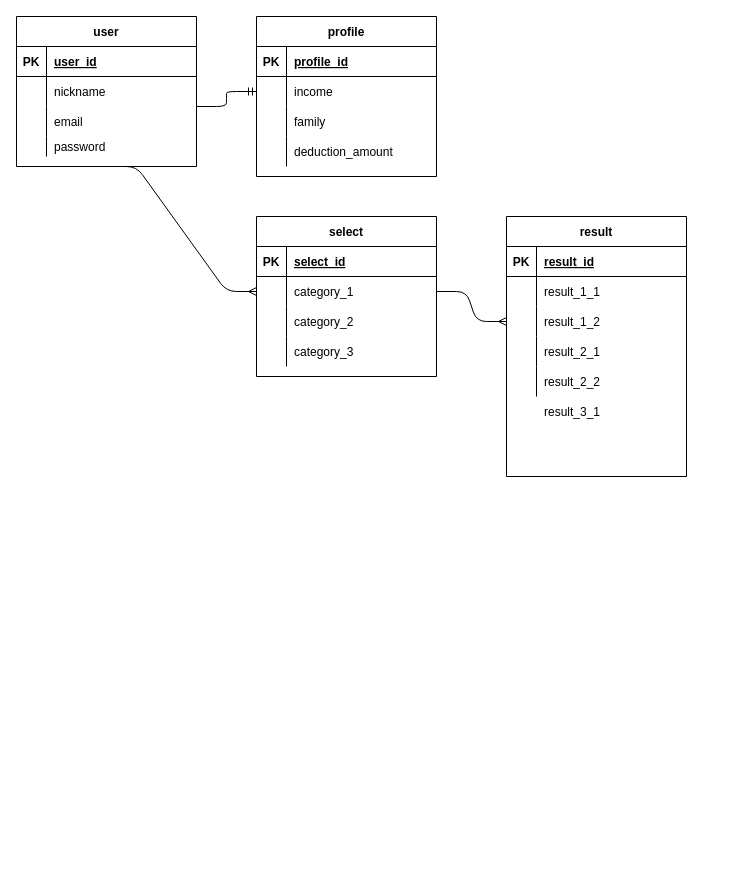
Earlier version of the draw.io diagram Untitled Diagram.drawio (kojikoji00/furusele-app). Source tidied: cells renumbered, new cells numbered last; positions are measured from the earlier drawing's top-left corner, leaving out a move shared by most shapes. Both pictures are drawn from the tidied source at 100%, with x=0, y=0 at pixel (16, 16).
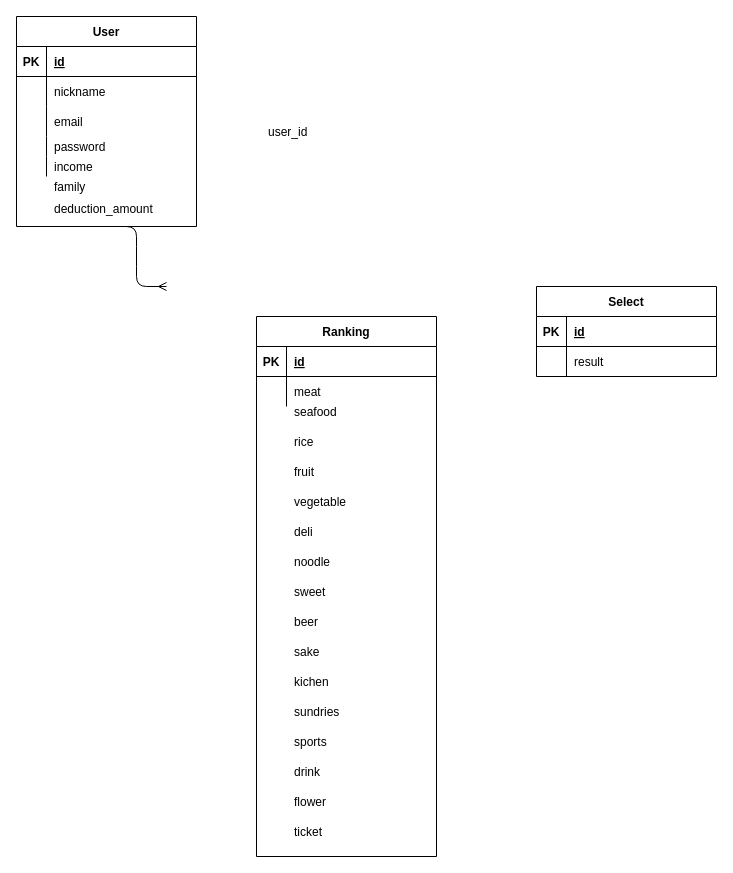
After the change.

Unchanged cells that the change refers to:
```xml
<mxCell id="3" style="shape=partialRectangle;fillColor=none;top=0;left=0;bottom=1;right=0;" parent="2" vertex="1">
  <mxGeometry y="30" width="180" height="30" as="geometry" />
</mxCell>
<mxCell id="29" style="shape=partialRectangle;fillColor=none;top=0;left=0;bottom=1;right=0;" parent="28" vertex="1">
  <mxGeometry y="30" width="180" height="30" as="geometry" />
</mxCell>
<mxCell id="32" style="shape=partialRectangle;fillColor=none;top=0;left=0;bottom=0;right=0;points=[[0,0.5],[1,0.5]];portConstraint=eastwest;" parent="28" vertex="1">
  <mxGeometry y="60" width="180" height="30" as="geometry" />
</mxCell>
<mxCell id="42" style="shape=partialRectangle;fillColor=none;top=0;left=0;bottom=1;right=0;" parent="41" vertex="1">
  <mxGeometry y="30" width="180" height="30" as="geometry" />
</mxCell>
<mxCell id="45" style="shape=partialRectangle;fillColor=none;top=0;left=0;bottom=0;right=0;" parent="41" vertex="1">
  <mxGeometry y="60" width="180" height="30" as="geometry" />
</mxCell>
```

Change to the diagram source:
```diff
@@
-    <mxCell id="2" value="user" style="shape=table;startSize=30;childLayout=tableLayout;rowLines=0;fontStyle=1;align=center;" parent="1" vertex="1">
-      <mxGeometry width="180" height="150" as="geometry" />
+    <mxCell id="2" value="User" style="shape=table;startSize=30;childLayout=tableLayout;rowLines=0;fontStyle=1;align=center;" parent="1" vertex="1">
+      <mxGeometry width="180" height="210" as="geometry" />
     </mxCell>
@@
-    <mxCell id="5" value="user_id" style="shape=partialRectangle;fillColor=none;top=0;left=0;bottom=0;right=0;align=left;spacingLeft=6;fontStyle=5;overflow=hidden;" parent="3" vertex="1">
+    <mxCell id="5" value="id" style="shape=partialRectangle;fillColor=none;top=0;left=0;bottom=0;right=0;align=left;spacingLeft=6;fontStyle=5;overflow=hidden;" parent="3" vertex="1">
       <mxGeometry x="30" width="150" height="30" as="geometry" />
     </mxCell>
@@
-    <mxCell id="15" value="profile" style="shape=table;startSize=30;childLayout=tableLayout;rowLines=0;fontStyle=1;align=center;" parent="1" vertex="1">
-      <mxGeometry x="240" width="180" height="160" as="geometry" />
-    </mxCell>
-    <mxCell id="16" style="shape=partialRectangle;fillColor=none;top=0;left=0;bottom=1;right=0;" parent="15" vertex="1">
-      <mxGeometry y="30" width="180" height="30" as="geometry" />
-    </mxCell>
-    <mxCell id="17" value="PK" style="shape=partialRectangle;fillColor=none;top=0;left=0;bottom=0;right=0;fontStyle=1;overflow=hidden;" parent="16" vertex="1">
-      <mxGeometry width="30" height="30" as="geometry" />
-    </mxCell>
-    <mxCell id="18" value="profile_id" style="shape=partialRectangle;fillColor=none;top=0;left=0;bottom=0;right=0;align=left;spacingLeft=6;fontStyle=5;overflow=hidden;" parent="16" vertex="1">
-      <mxGeometry x="30" width="150" height="30" as="geometry" />
-    </mxCell>
-    <mxCell id="19" style="shape=partialRectangle;fillColor=none;top=0;left=0;bottom=0;right=0;points=[[0,0.5],[1,0.5]];portConstraint=eastwest;" parent="15" vertex="1">
-      <mxGeometry y="60" width="180" height="30" as="geometry" />
-    </mxCell>
-    <mxCell id="20" style="shape=partialRectangle;fillColor=none;top=0;left=0;bottom=0;right=0;overflow=hidden;" parent="19" vertex="1">
-      <mxGeometry width="30" height="30" as="geometry" />
-    </mxCell>
+    <mxCell id="61" style="shape=partialRectangle;fillColor=none;top=0;left=0;bottom=0;right=0;" parent="2" vertex="1">
+      <mxGeometry y="140" width="180" height="20" as="geometry" />
+    </mxCell>
+    <mxCell id="62" style="shape=partialRectangle;fillColor=none;top=0;left=0;bottom=0;right=0;overflow=hidden;" parent="61" vertex="1">
+      <mxGeometry width="30" height="20" as="geometry" />
+    </mxCell>
-    <mxCell id="21" value="income" style="shape=partialRectangle;fillColor=none;top=0;left=0;bottom=0;right=0;align=left;spacingLeft=6;overflow=hidden;" parent="19" vertex="1">
-      <mxGeometry x="30" width="150" height="30" as="geometry" />
+    <mxCell id="21" value="income" style="shape=partialRectangle;fillColor=none;top=0;left=0;bottom=0;right=0;align=left;spacingLeft=6;overflow=hidden;" parent="61" vertex="1">
+      <mxGeometry x="30" width="150" height="20" as="geometry" />
     </mxCell>
-    <mxCell id="22" style="shape=partialRectangle;fillColor=none;top=0;left=0;bottom=0;right=0;" parent="15" vertex="1">
-      <mxGeometry y="90" width="180" height="30" as="geometry" />
-    </mxCell>
-    <mxCell id="23" style="shape=partialRectangle;fillColor=none;top=0;left=0;bottom=0;right=0;overflow=hidden;" parent="22" vertex="1">
-      <mxGeometry width="30" height="30" as="geometry" />
-    </mxCell>
-    <mxCell id="24" value="family" style="shape=partialRectangle;fillColor=none;top=0;left=0;bottom=0;right=0;align=left;spacingLeft=6;overflow=hidden;" parent="22" vertex="1">
-      <mxGeometry x="30" width="150" height="30" as="geometry" />
-    </mxCell>
-    <mxCell id="25" style="shape=partialRectangle;fillColor=none;top=0;left=0;bottom=0;right=0;" parent="15" vertex="1">
-      <mxGeometry y="120" width="180" height="30" as="geometry" />
-    </mxCell>
-    <mxCell id="26" style="shape=partialRectangle;fillColor=none;top=0;left=0;bottom=0;right=0;overflow=hidden;" parent="25" vertex="1">
-      <mxGeometry width="30" height="30" as="geometry" />
-    </mxCell>
-    <mxCell id="27" value="deduction_amount" style="shape=partialRectangle;fillColor=none;top=0;left=0;bottom=0;right=0;align=left;spacingLeft=6;overflow=hidden;" parent="25" vertex="1">
-      <mxGeometry x="30" width="150" height="30" as="geometry" />
-    </mxCell>
-    <mxCell id="28" value="select" style="shape=table;startSize=30;childLayout=tableLayout;rowLines=0;fontStyle=1;align=center;" parent="1" vertex="1">
-      <mxGeometry x="240" y="200" width="180" height="160" as="geometry" />
+    <mxCell id="28" value="Ranking" style="shape=table;startSize=30;childLayout=tableLayout;rowLines=0;fontStyle=1;align=center;" parent="1" vertex="1">
+      <mxGeometry x="240" y="300" width="180" height="540" as="geometry" />
     </mxCell>
@@
-    <mxCell id="31" value="select_id" style="shape=partialRectangle;fillColor=none;top=0;left=0;bottom=0;right=0;align=left;spacingLeft=6;fontStyle=5;overflow=hidden;" parent="29" vertex="1">
+    <mxCell id="31" value="id" style="shape=partialRectangle;fillColor=none;top=0;left=0;bottom=0;right=0;align=left;spacingLeft=6;fontStyle=5;overflow=hidden;" parent="29" vertex="1">
       <mxGeometry x="30" width="150" height="30" as="geometry" />
     </mxCell>
@@
-    <mxCell id="34" value="category_1" style="shape=partialRectangle;fillColor=none;top=0;left=0;bottom=0;right=0;align=left;spacingLeft=6;overflow=hidden;" parent="32" vertex="1">
+    <mxCell id="34" value="meat" style="shape=partialRectangle;fillColor=none;top=0;left=0;bottom=0;right=0;align=left;spacingLeft=6;overflow=hidden;" parent="32" vertex="1">
       <mxGeometry x="30" width="150" height="30" as="geometry" />
     </mxCell>
-    <mxCell id="35" style="shape=partialRectangle;fillColor=none;top=0;left=0;bottom=0;right=0;" parent="28" vertex="1">
-      <mxGeometry y="90" width="180" height="30" as="geometry" />
-    </mxCell>
-    <mxCell id="36" style="shape=partialRectangle;fillColor=none;top=0;left=0;bottom=0;right=0;overflow=hidden;" parent="35" vertex="1">
-      <mxGeometry width="30" height="30" as="geometry" />
-    </mxCell>
-    <mxCell id="37" value="category_2" style="shape=partialRectangle;fillColor=none;top=0;left=0;bottom=0;right=0;align=left;spacingLeft=6;overflow=hidden;" parent="35" vertex="1">
-      <mxGeometry x="30" width="150" height="30" as="geometry" />
-    </mxCell>
-    <mxCell id="38" style="shape=partialRectangle;fillColor=none;top=0;left=0;bottom=0;right=0;" parent="28" vertex="1">
-      <mxGeometry y="120" width="180" height="30" as="geometry" />
-    </mxCell>
-    <mxCell id="39" style="shape=partialRectangle;fillColor=none;top=0;left=0;bottom=0;right=0;overflow=hidden;" parent="38" vertex="1">
-      <mxGeometry width="30" height="30" as="geometry" />
-    </mxCell>
-    <mxCell id="40" value="category_3" style="shape=partialRectangle;fillColor=none;top=0;left=0;bottom=0;right=0;align=left;spacingLeft=6;overflow=hidden;" parent="38" vertex="1">
-      <mxGeometry x="30" width="150" height="30" as="geometry" />
-    </mxCell>
-    <mxCell id="41" value="result" style="shape=table;startSize=30;childLayout=tableLayout;rowLines=0;fontStyle=1;align=center;" parent="1" vertex="1">
-      <mxGeometry x="490" y="200" width="180" height="260" as="geometry" />
+    <mxCell id="41" value="Select" style="shape=table;startSize=30;childLayout=tableLayout;rowLines=0;fontStyle=1;align=center;" parent="1" vertex="1">
+      <mxGeometry x="520" y="270" width="180" height="90" as="geometry" />
     </mxCell>
@@
-    <mxCell id="44" value="result_id" style="shape=partialRectangle;fillColor=none;top=0;left=0;bottom=0;right=0;align=left;spacingLeft=6;fontStyle=5;overflow=hidden;" parent="42" vertex="1">
+    <mxCell id="44" value="id" style="shape=partialRectangle;fillColor=none;top=0;left=0;bottom=0;right=0;align=left;spacingLeft=6;fontStyle=5;overflow=hidden;" parent="42" vertex="1">
       <mxGeometry x="30" width="150" height="30" as="geometry" />
     </mxCell>
@@
-    <mxCell id="47" value="result_1_1" style="shape=partialRectangle;fillColor=none;top=0;left=0;bottom=0;right=0;align=left;spacingLeft=6;overflow=hidden;" parent="45" vertex="1">
+    <mxCell id="47" value="result" style="shape=partialRectangle;fillColor=none;top=0;left=0;bottom=0;right=0;align=left;spacingLeft=6;overflow=hidden;" parent="45" vertex="1">
       <mxGeometry x="30" width="150" height="30" as="geometry" />
     </mxCell>
-    <mxCell id="48" style="shape=partialRectangle;fillColor=none;top=0;left=0;bottom=0;right=0;points=[[0,0.5],[1,0.5]];portConstraint=eastwest;" parent="41" vertex="1">
-      <mxGeometry y="90" width="180" height="30" as="geometry" />
-    </mxCell>
-    <mxCell id="49" style="shape=partialRectangle;fillColor=none;top=0;left=0;bottom=0;right=0;overflow=hidden;" parent="48" vertex="1">
-      <mxGeometry width="30" height="30" as="geometry" />
-    </mxCell>
-    <mxCell id="50" value="result_1_2" style="shape=partialRectangle;fillColor=none;top=0;left=0;bottom=0;right=0;align=left;spacingLeft=6;overflow=hidden;" parent="48" vertex="1">
-      <mxGeometry x="30" width="150" height="30" as="geometry" />
-    </mxCell>
-    <mxCell id="51" style="shape=partialRectangle;fillColor=none;top=0;left=0;bottom=0;right=0;" parent="41" vertex="1">
-      <mxGeometry y="120" width="180" height="30" as="geometry" />
-    </mxCell>
-    <mxCell id="52" style="shape=partialRectangle;fillColor=none;top=0;left=0;bottom=0;right=0;overflow=hidden;" parent="51" vertex="1">
-      <mxGeometry width="30" height="30" as="geometry" />
-    </mxCell>
-    <mxCell id="53" value="result_2_1" style="shape=partialRectangle;fillColor=none;top=0;left=0;bottom=0;right=0;align=left;spacingLeft=6;overflow=hidden;" parent="51" vertex="1">
-      <mxGeometry x="30" width="150" height="30" as="geometry" />
-    </mxCell>
-    <mxCell id="54" style="shape=partialRectangle;fillColor=none;top=0;left=0;bottom=0;right=0;" parent="41" vertex="1">
-      <mxGeometry y="150" width="180" height="30" as="geometry" />
-    </mxCell>
-    <mxCell id="55" style="shape=partialRectangle;fillColor=none;top=0;left=0;bottom=0;right=0;overflow=hidden;" parent="54" vertex="1">
-      <mxGeometry width="30" height="30" as="geometry" />
-    </mxCell>
-    <mxCell id="56" value="result_2_2" style="shape=partialRectangle;fillColor=none;top=0;left=0;bottom=0;right=0;align=left;spacingLeft=6;overflow=hidden;" parent="54" vertex="1">
-      <mxGeometry x="30" width="150" height="30" as="geometry" />
-    </mxCell>
-    <mxCell id="57" value="result_3_1" style="shape=partialRectangle;fillColor=none;top=0;left=0;bottom=0;right=0;align=left;spacingLeft=6;overflow=hidden;" parent="1" vertex="1">
-      <mxGeometry x="520" y="380" width="150" height="30" as="geometry" />
-    </mxCell>
-    <mxCell id="58" style="edgeStyle=entityRelationEdgeStyle;fontSize=12;html=1;endArrow=ERmandOne;entryX=0;entryY=0.5;entryDx=0;entryDy=0;" parent="1" edge="1" target="19">
-      <mxGeometry relative="1" as="geometry">
-        <mxPoint x="180" y="90" as="sourcePoint" />
-      </mxGeometry>
-    </mxCell>
-    <mxCell id="59" style="edgeStyle=entityRelationEdgeStyle;fontSize=12;html=1;endArrow=ERmany;exitX=0.5;exitY=1;exitDx=0;exitDy=0;entryX=0;entryY=0.5;entryDx=0;entryDy=0;" parent="1" edge="1" source="2" target="32">
-      <mxGeometry relative="1" as="geometry" />
+    <mxCell id="59" style="edgeStyle=entityRelationEdgeStyle;fontSize=12;html=1;endArrow=ERmany;exitX=0.5;exitY=1;exitDx=0;exitDy=0;" parent="1" edge="1" source="2">
+      <mxGeometry relative="1" as="geometry">
+        <mxPoint x="150" y="270" as="targetPoint" />
+      </mxGeometry>
     </mxCell>
-    <mxCell id="60" style="edgeStyle=entityRelationEdgeStyle;fontSize=12;html=1;endArrow=ERmany;exitX=1;exitY=0.5;exitDx=0;exitDy=0;entryX=0;entryY=0.5;entryDx=0;entryDy=0;" parent="1" edge="1" source="32" target="48">
-      <mxGeometry relative="1" as="geometry" />
-    </mxCell>
+    <mxCell id="63" style="shape=partialRectangle;fillColor=none;top=0;left=0;bottom=0;right=0;" parent="1" vertex="1">
+      <mxGeometry y="160" width="180" height="20" as="geometry" />
+    </mxCell>
+    <mxCell id="64" style="shape=partialRectangle;fillColor=none;top=0;left=0;bottom=0;right=0;overflow=hidden;" parent="63" vertex="1">
+      <mxGeometry width="30" height="20" as="geometry" />
+    </mxCell>
+    <mxCell id="24" value="family" style="shape=partialRectangle;fillColor=none;top=0;left=0;bottom=0;right=0;align=left;spacingLeft=6;overflow=hidden;" parent="63" vertex="1">
+      <mxGeometry x="30" width="150" height="20" as="geometry" />
+    </mxCell>
+    <mxCell id="27" value="deduction_amount" style="shape=partialRectangle;fillColor=none;top=0;left=0;bottom=0;right=0;align=left;spacingLeft=6;overflow=hidden;" parent="1" vertex="1">
+      <mxGeometry x="30" y="182" width="150" height="20" as="geometry" />
+    </mxCell>
+    <mxCell id="65" value="user_id" style="shape=partialRectangle;fillColor=none;top=0;left=0;bottom=0;right=0;align=left;spacingLeft=6;overflow=hidden;" parent="1" vertex="1">
+      <mxGeometry x="244" y="100" width="150" height="30" as="geometry" />
+    </mxCell>
+    <mxCell id="66" value="seafood" style="shape=partialRectangle;fillColor=none;top=0;left=0;bottom=0;right=0;align=left;spacingLeft=6;overflow=hidden;" parent="1" vertex="1">
+      <mxGeometry x="270" y="380" width="150" height="30" as="geometry" />
+    </mxCell>
+    <mxCell id="67" value="rice" style="shape=partialRectangle;fillColor=none;top=0;left=0;bottom=0;right=0;align=left;spacingLeft=6;overflow=hidden;" parent="1" vertex="1">
+      <mxGeometry x="270" y="410" width="150" height="30" as="geometry" />
+    </mxCell>
+    <mxCell id="68" value="fruit" style="shape=partialRectangle;fillColor=none;top=0;left=0;bottom=0;right=0;align=left;spacingLeft=6;overflow=hidden;" parent="1" vertex="1">
+      <mxGeometry x="270" y="440" width="150" height="30" as="geometry" />
+    </mxCell>
+    <mxCell id="69" value="vegetable" style="shape=partialRectangle;fillColor=none;top=0;left=0;bottom=0;right=0;align=left;spacingLeft=6;overflow=hidden;" parent="1" vertex="1">
+      <mxGeometry x="270" y="470" width="150" height="30" as="geometry" />
+    </mxCell>
+    <mxCell id="70" value="noodle" style="shape=partialRectangle;fillColor=none;top=0;left=0;bottom=0;right=0;align=left;spacingLeft=6;overflow=hidden;" parent="1" vertex="1">
+      <mxGeometry x="270" y="530" width="150" height="30" as="geometry" />
+    </mxCell>
+    <mxCell id="71" value="sweet" style="shape=partialRectangle;fillColor=none;top=0;left=0;bottom=0;right=0;align=left;spacingLeft=6;overflow=hidden;" parent="1" vertex="1">
+      <mxGeometry x="270" y="560" width="150" height="30" as="geometry" />
+    </mxCell>
+    <mxCell id="72" value="sake" style="shape=partialRectangle;fillColor=none;top=0;left=0;bottom=0;right=0;align=left;spacingLeft=6;overflow=hidden;" parent="1" vertex="1">
+      <mxGeometry x="270" y="620" width="150" height="30" as="geometry" />
+    </mxCell>
+    <mxCell id="73" value="kichen" style="shape=partialRectangle;fillColor=none;top=0;left=0;bottom=0;right=0;align=left;spacingLeft=6;overflow=hidden;" parent="1" vertex="1">
+      <mxGeometry x="270" y="650" width="150" height="30" as="geometry" />
+    </mxCell>
+    <mxCell id="74" value="sundries" style="shape=partialRectangle;fillColor=none;top=0;left=0;bottom=0;right=0;align=left;spacingLeft=6;overflow=hidden;" parent="1" vertex="1">
+      <mxGeometry x="270" y="680" width="150" height="30" as="geometry" />
+    </mxCell>
+    <mxCell id="75" value="sports" style="shape=partialRectangle;fillColor=none;top=0;left=0;bottom=0;right=0;align=left;spacingLeft=6;overflow=hidden;" parent="1" vertex="1">
+      <mxGeometry x="270" y="710" width="150" height="30" as="geometry" />
+    </mxCell>
+    <mxCell id="76" value="drink" style="shape=partialRectangle;fillColor=none;top=0;left=0;bottom=0;right=0;align=left;spacingLeft=6;overflow=hidden;" parent="1" vertex="1">
+      <mxGeometry x="270" y="740" width="150" height="30" as="geometry" />
+    </mxCell>
+    <mxCell id="77" value="flower" style="shape=partialRectangle;fillColor=none;top=0;left=0;bottom=0;right=0;align=left;spacingLeft=6;overflow=hidden;" parent="1" vertex="1">
+      <mxGeometry x="270" y="770" width="150" height="30" as="geometry" />
+    </mxCell>
+    <mxCell id="78" value="ticket" style="shape=partialRectangle;fillColor=none;top=0;left=0;bottom=0;right=0;align=left;spacingLeft=6;overflow=hidden;" parent="1" vertex="1">
+      <mxGeometry x="270" y="800" width="150" height="30" as="geometry" />
+    </mxCell>
+    <mxCell id="79" value="beer" style="shape=partialRectangle;fillColor=none;top=0;left=0;bottom=0;right=0;align=left;spacingLeft=6;overflow=hidden;" parent="1" vertex="1">
+      <mxGeometry x="270" y="590" width="150" height="30" as="geometry" />
+    </mxCell>
+    <mxCell id="80" value="deli" style="shape=partialRectangle;fillColor=none;top=0;left=0;bottom=0;right=0;align=left;spacingLeft=6;overflow=hidden;" parent="1" vertex="1">
+      <mxGeometry x="270" y="500" width="150" height="30" as="geometry" />
+    </mxCell>
```
